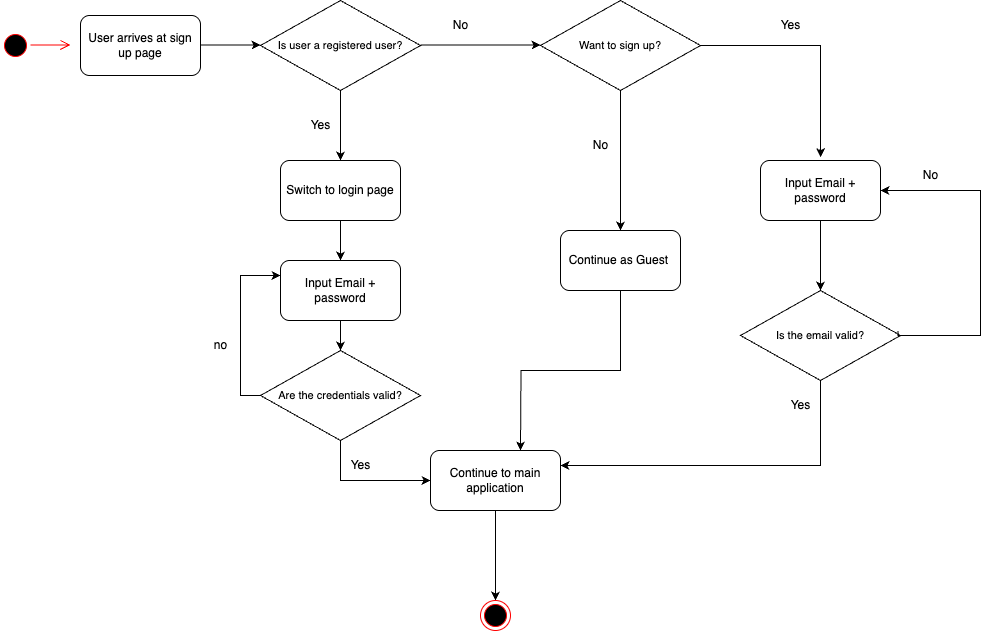
Above: Documentation/Diagrams/D-006 Become Registered User System Activity Diagram.png in Ramisa789/Glow (draw.io), before the change. Source tidied: cells renumbered, new cells last; positions are measured from the earlier drawing's top-left corner, leaving out a move shared by most shapes. Source of this version:
```xml
<mxGraphModel>
  <root>
    <mxCell id="0" />
    <mxCell id="1" parent="0" />
    <mxCell id="2" style="ellipse;html=1;shape=startState;fillColor=#000000;strokeColor=#ff0000;" parent="1" vertex="1">
      <mxGeometry y="30" width="30" height="30" as="geometry" />
    </mxCell>
    <mxCell id="3" style="edgeStyle=orthogonalEdgeStyle;html=1;verticalAlign=bottom;endArrow=open;endSize=8;strokeColor=#ff0000;rounded=0;entryX=0;entryY=0.5;entryDx=0;entryDy=0;" parent="1" edge="1">
      <mxGeometry relative="1" as="geometry">
        <mxPoint x="30" y="44.5" as="sourcePoint" />
        <mxPoint x="70" y="44.5" as="targetPoint" />
        <Array as="points">
          <mxPoint x="50" y="44.2" />
          <mxPoint x="50" y="44.2" />
        </Array>
      </mxGeometry>
    </mxCell>
    <mxCell id="4" value="User arrives at sign up page" style="rounded=1;whiteSpace=wrap;html=1;" parent="1" vertex="1">
      <mxGeometry x="80" y="15" width="120" height="60" as="geometry" />
    </mxCell>
    <mxCell id="5" style="edgeStyle=orthogonalEdgeStyle;rounded=0;orthogonalLoop=1;jettySize=auto;html=1;" parent="1" edge="1">
      <mxGeometry relative="1" as="geometry">
        <mxPoint x="200" y="44.5" as="sourcePoint" />
        <mxPoint x="260" y="44.5" as="targetPoint" />
      </mxGeometry>
    </mxCell>
    <mxCell id="6" value="&lt;font style=&quot;font-size: 11px;&quot;&gt;Is user a registered user?&lt;/font&gt;" style="rhombus;whiteSpace=wrap;html=1;" parent="1" vertex="1">
      <mxGeometry x="260" width="160" height="90" as="geometry" />
    </mxCell>
    <mxCell id="7" value="Yes" style="text;html=1;align=center;verticalAlign=middle;strokeColor=none;fillColor=none;" parent="1" vertex="1">
      <mxGeometry x="300" y="110" width="40" height="30" as="geometry" />
    </mxCell>
    <mxCell id="8" style="edgeStyle=orthogonalEdgeStyle;rounded=0;orthogonalLoop=1;jettySize=auto;html=1;exitX=1;exitY=0.5;exitDx=0;exitDy=0;entryX=0;entryY=0.5;entryDx=0;entryDy=0;" parent="1" edge="1">
      <mxGeometry relative="1" as="geometry">
        <mxPoint x="420" y="44.5" as="sourcePoint" />
        <mxPoint x="540" y="44.5" as="targetPoint" />
      </mxGeometry>
    </mxCell>
    <mxCell id="9" value="No" style="text;html=1;align=center;verticalAlign=middle;strokeColor=none;fillColor=none;" parent="1" vertex="1">
      <mxGeometry x="440" y="10" width="40" height="30" as="geometry" />
    </mxCell>
    <mxCell id="10" style="edgeStyle=orthogonalEdgeStyle;rounded=0;jettySize=auto;html=1;exitX=0.5;exitY=1;exitDx=0;exitDy=0;entryX=0.5;entryY=0;entryDx=0;entryDy=0;" parent="1" edge="1" source="22" target="11">
      <mxGeometry relative="1" as="geometry" />
    </mxCell>
    <mxCell id="11" style="ellipse;html=1;shape=endState;fillColor=#000000;strokeColor=#ff0000;" parent="1" vertex="1">
      <mxGeometry x="480" y="600" width="30" height="30" as="geometry" />
    </mxCell>
    <mxCell id="12" value="&lt;font style=&quot;font-size: 11px;&quot;&gt;Want to sign up?&lt;/font&gt;" style="rhombus;whiteSpace=wrap;html=1;" parent="1" vertex="1">
      <mxGeometry x="540" width="160" height="90" as="geometry" />
    </mxCell>
    <mxCell id="13" style="edgeStyle=orthogonalEdgeStyle;rounded=0;jettySize=auto;html=1;exitX=1;exitY=0.5;exitDx=0;exitDy=0;entryX=0.501;entryY=-0.054;entryDx=0;entryDy=0;entryPerimeter=0;" parent="1" edge="1" source="12" target="14">
      <mxGeometry relative="1" as="geometry" />
    </mxCell>
    <mxCell id="14" value="Input Email + password" style="rounded=1;whiteSpace=wrap;html=1;" parent="1" vertex="1">
      <mxGeometry x="760" y="160" width="120" height="60" as="geometry" />
    </mxCell>
    <mxCell id="15" value="Yes" style="text;html=1;align=center;verticalAlign=middle;strokeColor=none;fillColor=none;" parent="1" vertex="1">
      <mxGeometry x="770" y="10" width="40" height="30" as="geometry" />
    </mxCell>
    <mxCell id="16" value="Continue as Guest&amp;nbsp;" style="rounded=1;whiteSpace=wrap;html=1;" parent="1" vertex="1">
      <mxGeometry x="560" y="230" width="120" height="60" as="geometry" />
    </mxCell>
    <mxCell id="17" style="edgeStyle=orthogonalEdgeStyle;rounded=0;jettySize=auto;html=1;exitX=0.5;exitY=1;exitDx=0;exitDy=0;entryX=0.5;entryY=0;entryDx=0;entryDy=0;" parent="1" edge="1" source="12" target="16">
      <mxGeometry relative="1" as="geometry" />
    </mxCell>
    <mxCell id="18" value="&lt;span style=&quot;font-size: 11px;&quot;&gt;Is the email valid?&lt;/span&gt;" style="rhombus;whiteSpace=wrap;html=1;strokeColor=default;align=center;verticalAlign=middle;fontFamily=Helvetica;fontSize=12;fontColor=default;fillColor=default;" parent="1" vertex="1">
      <mxGeometry x="740" y="290" width="160" height="90" as="geometry" />
    </mxCell>
    <mxCell id="19" style="edgeStyle=orthogonalEdgeStyle;rounded=0;jettySize=auto;html=1;exitX=0.984;exitY=0.449;exitDx=0;exitDy=0;exitPerimeter=0;entryX=1;entryY=0.5;entryDx=0;entryDy=0;" parent="1" edge="1" source="18" target="14">
      <mxGeometry relative="1" as="geometry">
        <Array as="points">
          <mxPoint x="897" y="335" />
          <mxPoint x="980" y="335" />
          <mxPoint x="980" y="190" />
        </Array>
      </mxGeometry>
    </mxCell>
    <mxCell id="20" value="No" style="text;html=1;align=center;verticalAlign=middle;strokeColor=none;fillColor=none;" parent="1" vertex="1">
      <mxGeometry x="910" y="160" width="40" height="30" as="geometry" />
    </mxCell>
    <mxCell id="21" value="No" style="text;html=1;align=center;verticalAlign=middle;strokeColor=none;fillColor=none;" parent="1" vertex="1">
      <mxGeometry x="580" y="130" width="40" height="30" as="geometry" />
    </mxCell>
    <mxCell id="22" value="Continue to main application" style="rounded=1;whiteSpace=wrap;html=1;" parent="1" vertex="1">
      <mxGeometry x="430" y="450" width="130" height="60" as="geometry" />
    </mxCell>
    <mxCell id="23" style="edgeStyle=orthogonalEdgeStyle;rounded=0;jettySize=auto;html=1;exitX=0.5;exitY=1;exitDx=0;exitDy=0;" parent="1" edge="1" source="16">
      <mxGeometry relative="1" as="geometry">
        <mxPoint x="520" y="450" as="targetPoint" />
      </mxGeometry>
    </mxCell>
    <mxCell id="24" style="edgeStyle=orthogonalEdgeStyle;rounded=0;jettySize=auto;html=1;exitX=0.5;exitY=1;exitDx=0;exitDy=0;entryX=0.5;entryY=0;entryDx=0;entryDy=0;" parent="1" edge="1" source="14" target="18">
      <mxGeometry relative="1" as="geometry" />
    </mxCell>
    <mxCell id="25" style="edgeStyle=orthogonalEdgeStyle;rounded=0;jettySize=auto;html=1;exitX=0.5;exitY=1;exitDx=0;exitDy=0;entryX=1;entryY=0.25;entryDx=0;entryDy=0;" parent="1" edge="1" source="18" target="22">
      <mxGeometry relative="1" as="geometry" />
    </mxCell>
    <mxCell id="26" value="Yes" style="text;html=1;align=center;verticalAlign=middle;strokeColor=none;fillColor=none;" parent="1" vertex="1">
      <mxGeometry x="780" y="390" width="40" height="30" as="geometry" />
    </mxCell>
    <mxCell id="27" value="Input Email + password" style="rounded=1;whiteSpace=wrap;html=1;" parent="1" vertex="1">
      <mxGeometry x="280" y="260" width="120" height="60" as="geometry" />
    </mxCell>
    <mxCell id="28" value="&lt;span style=&quot;font-size: 11px;&quot;&gt;Are the credentials valid?&lt;/span&gt;" style="rhombus;whiteSpace=wrap;html=1;strokeColor=default;align=center;verticalAlign=middle;fontFamily=Helvetica;fontSize=12;fontColor=default;fillColor=default;" parent="1" vertex="1">
      <mxGeometry x="260" y="350" width="160" height="90" as="geometry" />
    </mxCell>
    <mxCell id="29" value="Switch to login page" style="rounded=1;whiteSpace=wrap;html=1;" parent="1" vertex="1">
      <mxGeometry x="280" y="160" width="120" height="60" as="geometry" />
    </mxCell>
    <mxCell id="30" style="edgeStyle=orthogonalEdgeStyle;rounded=0;jettySize=auto;html=1;exitX=0.5;exitY=1;exitDx=0;exitDy=0;entryX=0.5;entryY=0;entryDx=0;entryDy=0;" parent="1" edge="1" source="6" target="29">
      <mxGeometry relative="1" as="geometry" />
    </mxCell>
    <mxCell id="31" style="edgeStyle=orthogonalEdgeStyle;rounded=0;jettySize=auto;html=1;exitX=0.5;exitY=1;exitDx=0;exitDy=0;entryX=0.5;entryY=0;entryDx=0;entryDy=0;" parent="1" edge="1" source="29" target="27">
      <mxGeometry relative="1" as="geometry" />
    </mxCell>
    <mxCell id="32" style="edgeStyle=orthogonalEdgeStyle;rounded=0;jettySize=auto;html=1;exitX=0.5;exitY=1;exitDx=0;exitDy=0;" parent="1" edge="1" source="27">
      <mxGeometry relative="1" as="geometry">
        <mxPoint x="340" y="350" as="targetPoint" />
      </mxGeometry>
    </mxCell>
    <mxCell id="33" style="edgeStyle=orthogonalEdgeStyle;rounded=0;jettySize=auto;html=1;exitX=0.5;exitY=1;exitDx=0;exitDy=0;entryX=0;entryY=0.5;entryDx=0;entryDy=0;" parent="1" edge="1" source="28" target="22">
      <mxGeometry relative="1" as="geometry" />
    </mxCell>
    <mxCell id="34" value="Yes" style="text;html=1;align=center;verticalAlign=middle;strokeColor=none;fillColor=none;" parent="1" vertex="1">
      <mxGeometry x="340" y="450" width="40" height="30" as="geometry" />
    </mxCell>
    <mxCell id="35" style="edgeStyle=orthogonalEdgeStyle;rounded=0;jettySize=auto;html=1;exitX=0;exitY=0.5;exitDx=0;exitDy=0;entryX=0;entryY=0.25;entryDx=0;entryDy=0;" parent="1" edge="1" source="28" target="27">
      <mxGeometry relative="1" as="geometry" />
    </mxCell>
    <mxCell id="36" value="no" style="text;html=1;align=center;verticalAlign=middle;strokeColor=none;fillColor=none;" parent="1" vertex="1">
      <mxGeometry x="200" y="330" width="40" height="30" as="geometry" />
    </mxCell>
  </root>
</mxGraphModel>
```
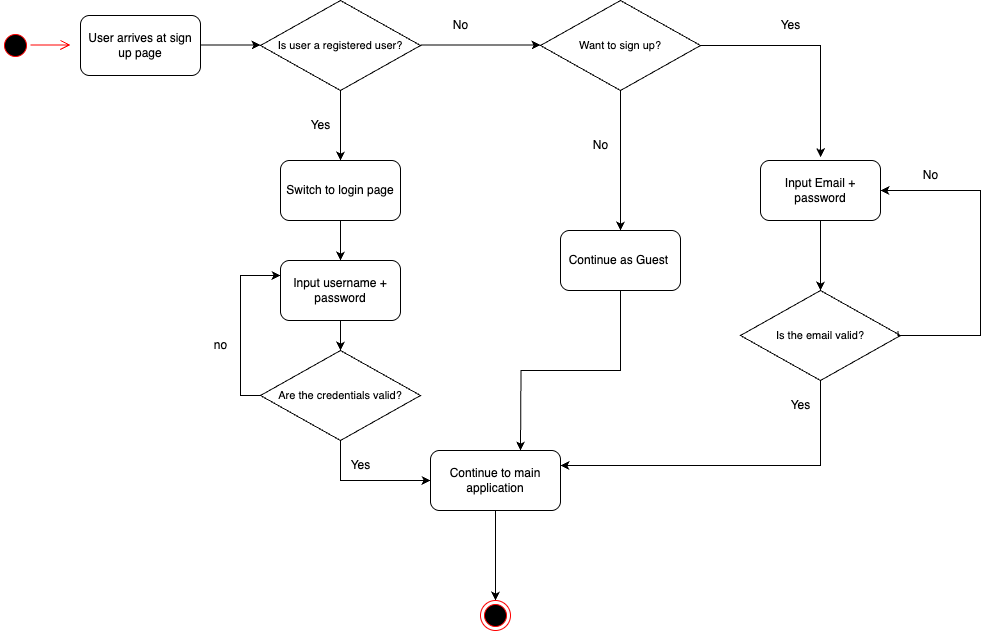
The same file after the commit.

The edit, as a diff of the source:
```diff
@@ -98,7 +98,7 @@
     <mxCell id="26" value="Yes" style="text;html=1;align=center;verticalAlign=middle;strokeColor=none;fillColor=none;" parent="1" vertex="1">
       <mxGeometry x="780" y="390" width="40" height="30" as="geometry" />
     </mxCell>
-    <mxCell id="27" value="Input Email + password" style="rounded=1;whiteSpace=wrap;html=1;" parent="1" vertex="1">
+    <mxCell id="27" value="Input username + password" style="rounded=1;whiteSpace=wrap;html=1;" parent="1" vertex="1">
       <mxGeometry x="280" y="260" width="120" height="60" as="geometry" />
     </mxCell>
     <mxCell id="28" value="&lt;span style=&quot;font-size: 11px;&quot;&gt;Are the credentials valid?&lt;/span&gt;" style="rhombus;whiteSpace=wrap;html=1;strokeColor=default;align=center;verticalAlign=middle;fontFamily=Helvetica;fontSize=12;fontColor=default;fillColor=default;" parent="1" vertex="1">
```
